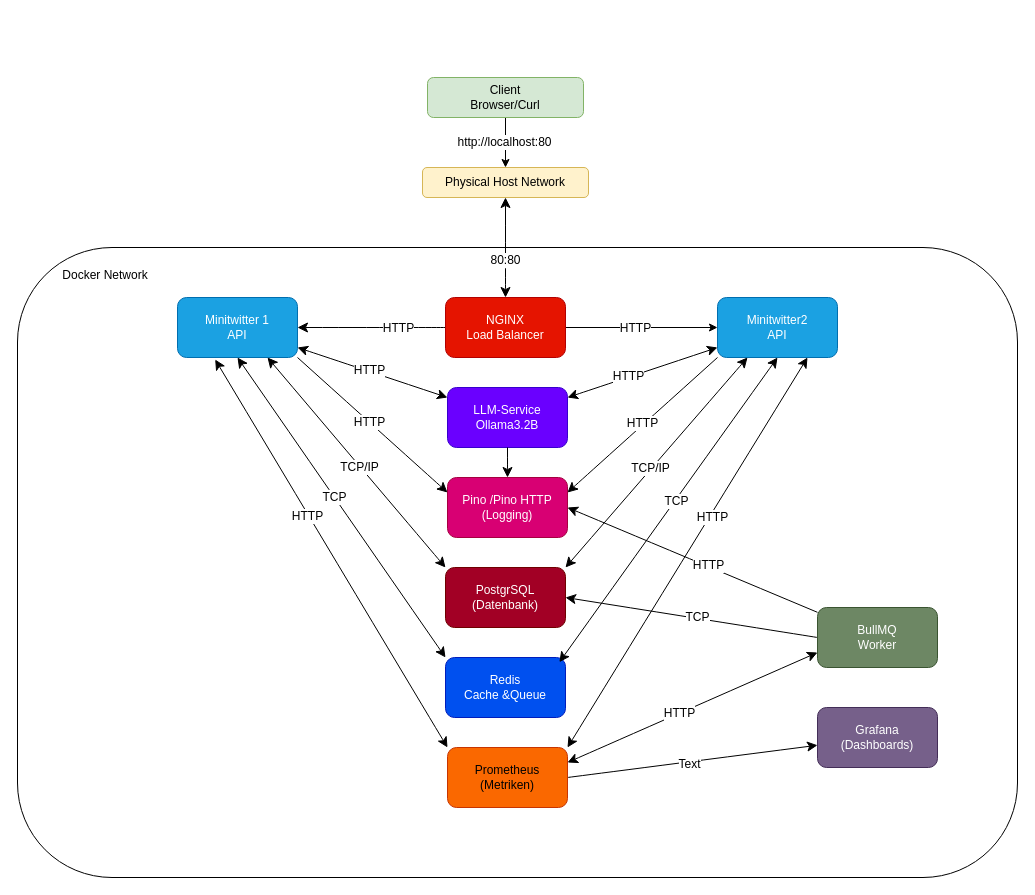
Earlier version of the draw.io diagram arcitecture/Microservices Architektur.drawio (Spooner8/minitwitter). Source tidied: cells renumbered, new cells numbered last; positions are measured from the earlier drawing's top-left corner, leaving out a move shared by most shapes. Both pictures are drawn from the tidied source at 100%, with x=0, y=0 at pixel (17, 77).
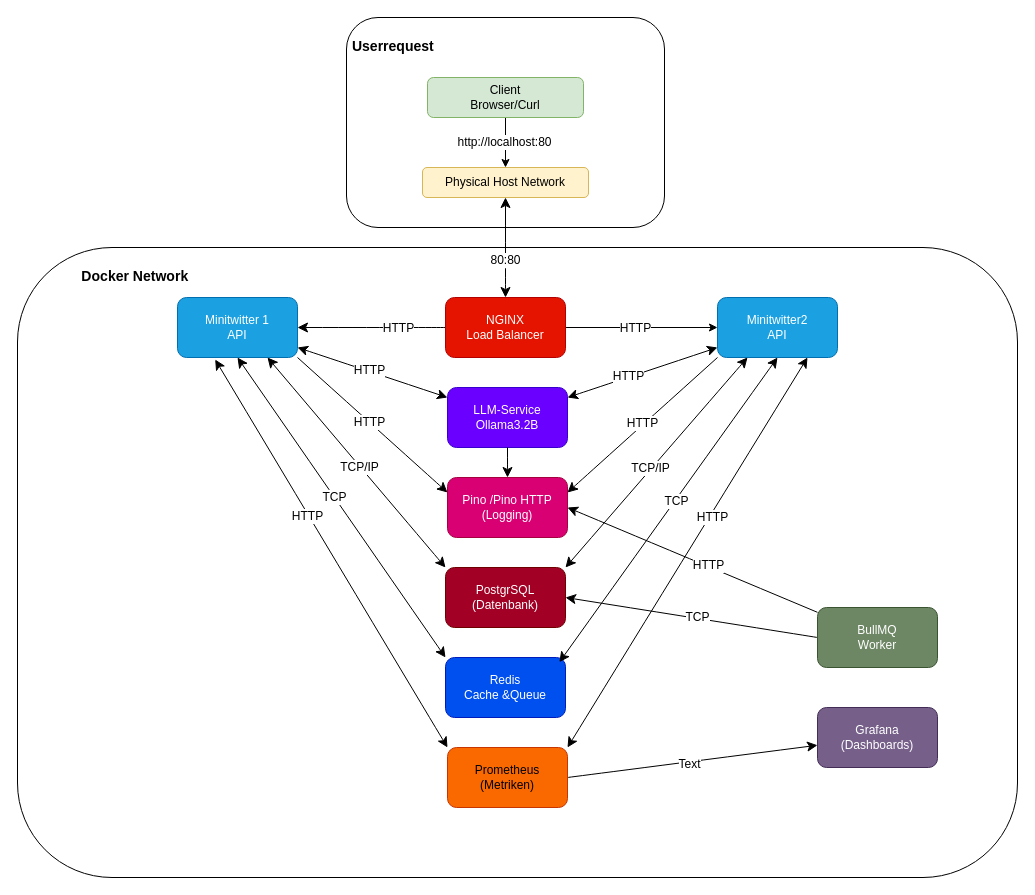
After the change.

Unchanged cells that the change refers to:
```xml
<mxCell id="19" value="Prometheus&lt;br&gt;(Metriken)" style="rounded=1;whiteSpace=wrap;html=1;fillColor=#fa6800;strokeColor=#C73500;fontColor=#000000;" parent="1" vertex="1">
  <mxGeometry x="430" y="670" width="120" height="60" as="geometry" />
</mxCell>
<mxCell id="33" value="BullMQ&lt;div&gt;Worker&lt;/div&gt;" style="rounded=1;whiteSpace=wrap;html=1;fillColor=#6d8764;fontColor=#ffffff;strokeColor=#3A5431;" parent="1" vertex="1">
  <mxGeometry x="800" y="530" width="120" height="60" as="geometry" />
</mxCell>
```

Change to the diagram source:
```diff
@@
+    <mxCell id="54" value="&lt;h3&gt;&amp;nbsp;Userrequest&lt;/h3&gt;" style="rounded=1;whiteSpace=wrap;html=1;align=left;verticalAlign=top;" parent="1" vertex="1">
+      <mxGeometry x="329" y="-60" width="318" height="210" as="geometry" />
+    </mxCell>
-    <mxCell id="2" value="&amp;nbsp; &amp;nbsp; &amp;nbsp; &amp;nbsp; &amp;nbsp; &amp;nbsp; &amp;nbsp; &amp;nbsp; &amp;nbsp; &amp;nbsp; &amp;nbsp;&amp;nbsp;&lt;div&gt;&amp;nbsp; &amp;nbsp; &amp;nbsp; &amp;nbsp; &amp;nbsp; &amp;nbsp; &amp;nbsp;Docker Network&lt;/div&gt;" style="rounded=1;whiteSpace=wrap;html=1;verticalAlign=top;align=left;" parent="1" vertex="1">
+    <mxCell id="2" value="&lt;h3&gt;&amp;nbsp; &amp;nbsp; &amp;nbsp; &amp;nbsp; &amp;nbsp; &amp;nbsp; &amp;nbsp; &amp;nbsp; Docker Network&lt;/h3&gt;" style="rounded=1;whiteSpace=wrap;html=1;verticalAlign=top;align=left;" parent="1" vertex="1">
       <mxGeometry y="170" width="1000" height="630" as="geometry" />
     </mxCell>
@@
-    <mxCell id="52" style="endArrow=classic;startArrow=classic;html=1;rounded=0;fontSize=12;startSize=8;endSize=8;curved=1;exitX=1;exitY=0.25;exitDx=0;exitDy=0;entryX=0;entryY=0.75;entryDx=0;entryDy=0;" parent="1" edge="1" source="19" target="33">
-      <mxGeometry relative="1" as="geometry" />
-    </mxCell>
-    <mxCell id="53" value="HTTP" style="edgeLabel;html=1;align=center;verticalAlign=middle;fontSize=12;" parent="52" vertex="1">
-      <mxGeometry x="-0.11" relative="1" as="geometry" />
-    </mxCell>
```
